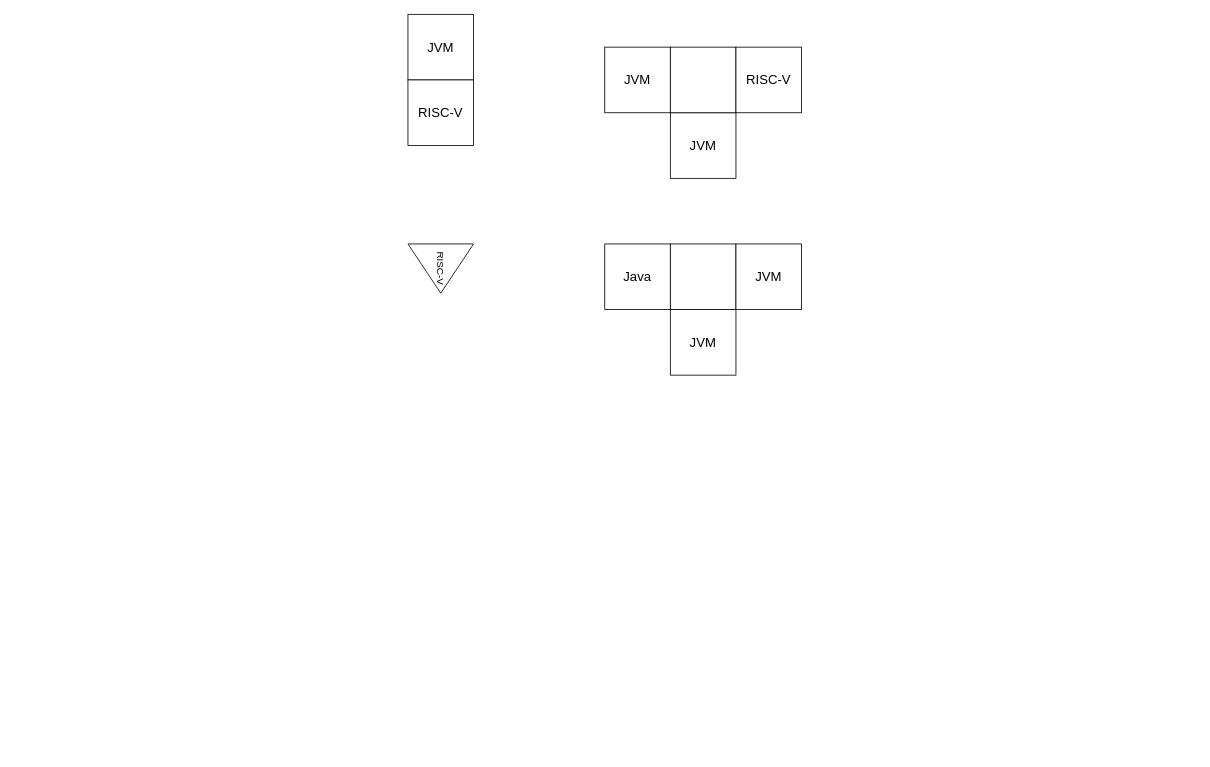
ImitatorOfQueens/Projects keeps this draw.io diagram as Untitled Diagram.drawio. Above is the earlier version. Source tidied: cells renumbered, new cells numbered last; positions are measured from the earlier drawing's top-left corner, leaving out a move shared by most shapes. Both pictures are drawn from the tidied source at 82%, with x=0, y=0 at pixel (408, 14).
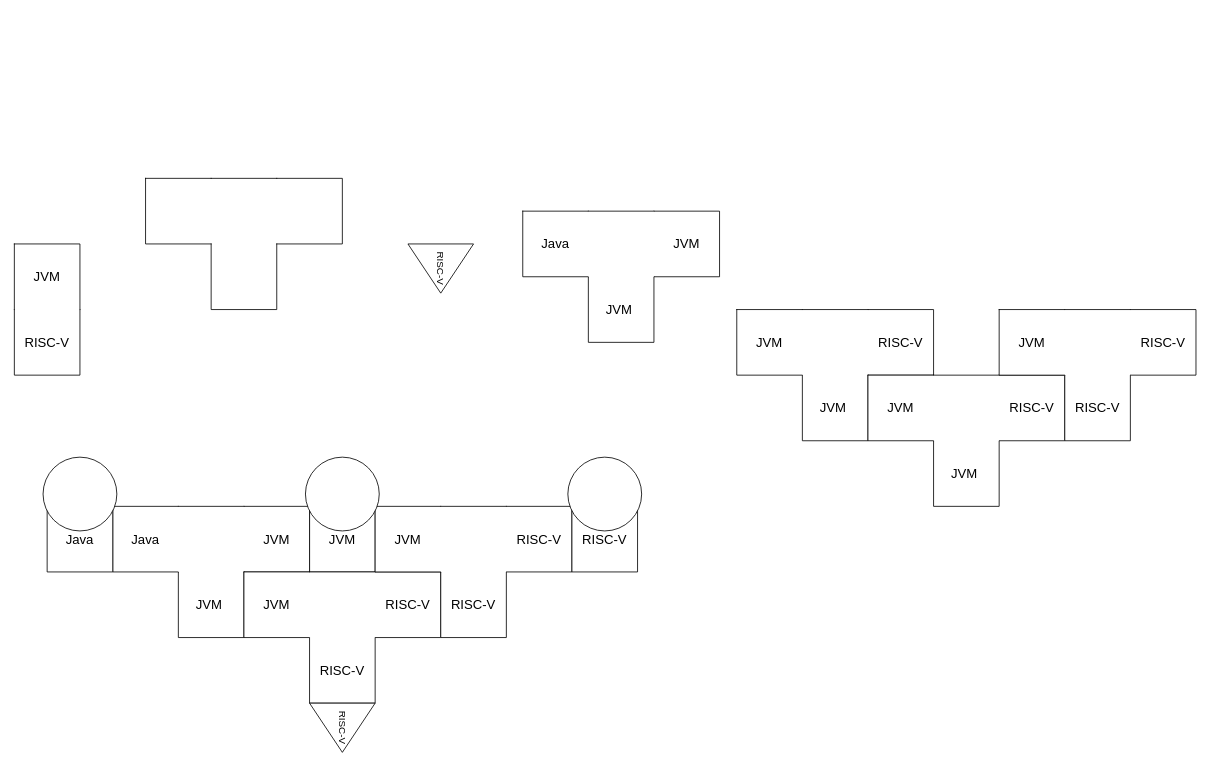
Above is the later version.

What changed in the source:
```diff
@@
+    <mxCell id="16" value="JVM" style="shape=partialRectangle;whiteSpace=wrap;html=1;bottom=1;right=1;left=1;top=0;routingCenterX=-0.5;fontFamily=Helvetica;fontSize=16;" parent="1" vertex="1">
+      <mxGeometry x="-120" y="600" width="80" height="80" as="geometry" />
+    </mxCell>
@@
-    <mxCell id="3" style="group;" parent="1" vertex="1">
-      <mxGeometry width="80" height="160" as="geometry" />
-    </mxCell>
-    <mxCell id="4" value="&lt;font style=&quot;font-size: 16px;&quot;&gt;JVM&lt;/font&gt;" style="whiteSpace=wrap;html=1;" parent="3" vertex="1">
-      <mxGeometry width="80" height="80" as="geometry" />
-    </mxCell>
-    <mxCell id="5" value="&lt;font style=&quot;font-size: 16px;&quot;&gt;RISC-V&lt;/font&gt;" style="whiteSpace=wrap;html=1;" parent="3" vertex="1">
-      <mxGeometry y="80" width="80" height="80" as="geometry" />
-    </mxCell>
-    <mxCell id="6" style="group;" parent="1" vertex="1">
-      <mxGeometry x="240" y="40" width="240" height="160" as="geometry" />
-    </mxCell>
-    <mxCell id="7" value="&lt;font style=&quot;font-size: 16px;&quot;&gt;JVM&lt;/font&gt;" style="rounded=0;whiteSpace=wrap;html=1;" parent="6" vertex="1">
-      <mxGeometry x="80" y="80" width="80" height="80" as="geometry" />
-    </mxCell>
-    <mxCell id="8" value="&lt;font style=&quot;&quot;&gt;&lt;font style=&quot;font-size: 16px;&quot;&gt;JVM&lt;/font&gt;&lt;/font&gt;" style="rounded=0;whiteSpace=wrap;html=1;" parent="6" vertex="1">
-      <mxGeometry width="80" height="80" as="geometry" />
-    </mxCell>
-    <mxCell id="9" style="rounded=0;whiteSpace=wrap;html=1;" parent="6" vertex="1">
-      <mxGeometry x="80" width="80" height="80" as="geometry" />
-    </mxCell>
-    <mxCell id="10" value="&lt;font style=&quot;font-size: 16px;&quot;&gt;RISC-V&lt;/font&gt;" style="rounded=0;whiteSpace=wrap;html=1;" parent="6" vertex="1">
-      <mxGeometry x="160" width="80" height="80" as="geometry" />
-    </mxCell>
-    <mxCell id="11" style="group;" parent="1" vertex="1">
-      <mxGeometry x="240" y="280" width="240" height="160" as="geometry" />
-    </mxCell>
-    <mxCell id="12" value="&lt;font style=&quot;font-size: 16px;&quot;&gt;JVM&lt;/font&gt;" style="rounded=0;whiteSpace=wrap;html=1;" parent="11" vertex="1">
-      <mxGeometry x="80" y="80" width="80" height="80" as="geometry" />
-    </mxCell>
-    <mxCell id="13" value="&lt;font style=&quot;&quot;&gt;&lt;font style=&quot;font-size: 16px;&quot;&gt;Java&lt;/font&gt;&lt;/font&gt;" style="rounded=0;whiteSpace=wrap;html=1;" parent="11" vertex="1">
-      <mxGeometry width="80" height="80" as="geometry" />
-    </mxCell>
-    <mxCell id="14" style="rounded=0;whiteSpace=wrap;html=1;" parent="11" vertex="1">
-      <mxGeometry x="80" width="80" height="80" as="geometry" />
-    </mxCell>
-    <mxCell id="15" value="&lt;font style=&quot;font-size: 16px;&quot;&gt;JVM&lt;/font&gt;" style="rounded=0;whiteSpace=wrap;html=1;" parent="11" vertex="1">
-      <mxGeometry x="160" width="80" height="80" as="geometry" />
-    </mxCell>
+    <mxCell id="17" style="group;" parent="1" vertex="1">
+      <mxGeometry x="-480" y="280" width="80" height="160" as="geometry" />
+    </mxCell>
+    <mxCell id="18" value="RISC-V" style="shape=partialRectangle;whiteSpace=wrap;html=1;bottom=1;right=1;left=1;top=0;routingCenterX=-0.5;fontSize=16;rotation=0;" parent="17" vertex="1">
+      <mxGeometry y="80" width="80" height="80" as="geometry" />
+    </mxCell>
+    <mxCell id="19" value="&lt;font style=&quot;font-size: 16px;&quot;&gt;JVM&lt;/font&gt;" style="shape=partialRectangle;whiteSpace=wrap;html=1;bottom=0;right=1;left=1;top=1;routingCenterX=-0.5;fontFamily=Helvetica;fontSize=12;" parent="17" vertex="1">
+      <mxGeometry width="80" height="80" as="geometry" />
+    </mxCell>
+    <mxCell id="20" style="shape=partialRectangle;whiteSpace=wrap;html=1;bottom=1;right=1;left=0;top=1;fillColor=none;routingCenterX=-0.5;strokeColor=default;fontFamily=Helvetica;fontSize=16;fontColor=default;" parent="1" vertex="1">
+      <mxGeometry x="-160" y="200" width="80" height="80" as="geometry" />
+    </mxCell>
+    <mxCell id="21" style="shape=partialRectangle;whiteSpace=wrap;html=1;bottom=1;right=1;left=1;top=0;fillColor=none;routingCenterX=-0.5;strokeColor=default;fontFamily=Helvetica;fontSize=16;fontColor=default;" parent="1" vertex="1">
+      <mxGeometry x="-240" y="280" width="80" height="80" as="geometry" />
+    </mxCell>
+    <mxCell id="22" style="shape=partialRectangle;whiteSpace=wrap;html=1;bottom=1;right=0;left=1;top=1;fillColor=none;routingCenterX=-0.5;strokeColor=default;fontFamily=Helvetica;fontSize=16;fontColor=default;" parent="1" vertex="1">
+      <mxGeometry x="-320" y="200" width="80" height="80" as="geometry" />
+    </mxCell>
+    <mxCell id="23" style="shape=partialRectangle;whiteSpace=wrap;html=1;bottom=0;right=0;left=0;top=1;fillColor=none;routingCenterX=-0.5;strokeColor=default;fontFamily=Helvetica;fontSize=16;fontColor=default;" parent="1" vertex="1">
+      <mxGeometry x="-240" y="200" width="80" height="80" as="geometry" />
+    </mxCell>
+    <mxCell id="24" style="group;" parent="1" vertex="1">
+      <mxGeometry x="401" y="360" width="240" height="160" as="geometry" />
+    </mxCell>
+    <mxCell id="25" value="RISC-V" style="shape=partialRectangle;whiteSpace=wrap;html=1;bottom=1;right=1;left=0;top=1;routingCenterX=-0.5;fontFamily=Helvetica;fontSize=16;" parent="24" vertex="1">
+      <mxGeometry x="160" width="80" height="80" as="geometry" />
+    </mxCell>
+    <mxCell id="26" value="JVM&lt;span style=&quot;white-space: pre;&quot;&gt; &lt;/span&gt;" style="shape=partialRectangle;whiteSpace=wrap;html=1;bottom=1;right=1;left=1;top=0;routingCenterX=-0.5;fontFamily=Helvetica;fontSize=16;" parent="24" vertex="1">
+      <mxGeometry x="80" y="80" width="80" height="80" as="geometry" />
+    </mxCell>
+    <mxCell id="27" value="JVM" style="shape=partialRectangle;whiteSpace=wrap;html=1;bottom=1;right=0;left=1;top=1;routingCenterX=-0.5;fontFamily=Helvetica;fontSize=16;" parent="24" vertex="1">
+      <mxGeometry width="80" height="80" as="geometry" />
+    </mxCell>
+    <mxCell id="28" style="shape=partialRectangle;whiteSpace=wrap;html=1;bottom=0;right=0;left=0;top=1;routingCenterX=-0.5;fontFamily=Helvetica;fontSize=16;" parent="24" vertex="1">
+      <mxGeometry x="80" width="80" height="80" as="geometry" />
+    </mxCell>
+    <mxCell id="29" style="group;" parent="1" vertex="1">
+      <mxGeometry x="140" y="240" width="240" height="160" as="geometry" />
+    </mxCell>
+    <mxCell id="30" value="JVM" style="shape=partialRectangle;whiteSpace=wrap;html=1;bottom=1;right=1;left=0;top=1;routingCenterX=-0.5;fontFamily=Helvetica;fontSize=16;" parent="29" vertex="1">
+      <mxGeometry x="160" width="80" height="80" as="geometry" />
+    </mxCell>
+    <mxCell id="31" value="JVM&lt;span style=&quot;white-space: pre;&quot;&gt; &lt;/span&gt;" style="shape=partialRectangle;whiteSpace=wrap;html=1;bottom=1;right=1;left=1;top=0;routingCenterX=-0.5;fontFamily=Helvetica;fontSize=16;" parent="29" vertex="1">
+      <mxGeometry x="80" y="80" width="80" height="80" as="geometry" />
+    </mxCell>
+    <mxCell id="32" value="Java" style="shape=partialRectangle;whiteSpace=wrap;html=1;bottom=1;right=0;left=1;top=1;routingCenterX=-0.5;fontFamily=Helvetica;fontSize=16;" parent="29" vertex="1">
+      <mxGeometry width="80" height="80" as="geometry" />
+    </mxCell>
+    <mxCell id="33" style="shape=partialRectangle;whiteSpace=wrap;html=1;bottom=0;right=0;left=0;top=1;routingCenterX=-0.5;fontFamily=Helvetica;fontSize=16;" parent="29" vertex="1">
+      <mxGeometry x="80" width="80" height="80" as="geometry" />
+    </mxCell>
+    <mxCell id="34" style="group;" parent="1" vertex="1">
+      <mxGeometry x="561" y="440" width="240" height="160" as="geometry" />
+    </mxCell>
+    <mxCell id="35" value="RISC-V" style="shape=partialRectangle;whiteSpace=wrap;html=1;bottom=1;right=1;left=0;top=1;routingCenterX=-0.5;fontFamily=Helvetica;fontSize=16;" parent="34" vertex="1">
+      <mxGeometry x="160" width="80" height="80" as="geometry" />
+    </mxCell>
+    <mxCell id="36" value="JVM&lt;span style=&quot;white-space: pre;&quot;&gt; &lt;/span&gt;" style="shape=partialRectangle;whiteSpace=wrap;html=1;bottom=1;right=1;left=1;top=0;routingCenterX=-0.5;fontFamily=Helvetica;fontSize=16;" parent="34" vertex="1">
+      <mxGeometry x="80" y="80" width="80" height="80" as="geometry" />
+    </mxCell>
+    <mxCell id="37" value="JVM" style="shape=partialRectangle;whiteSpace=wrap;html=1;bottom=1;right=0;left=1;top=1;routingCenterX=-0.5;fontFamily=Helvetica;fontSize=16;" parent="34" vertex="1">
+      <mxGeometry width="80" height="80" as="geometry" />
+    </mxCell>
+    <mxCell id="38" style="shape=partialRectangle;whiteSpace=wrap;html=1;bottom=0;right=0;left=0;top=1;routingCenterX=-0.5;fontFamily=Helvetica;fontSize=16;" parent="34" vertex="1">
+      <mxGeometry x="80" width="80" height="80" as="geometry" />
+    </mxCell>
+    <mxCell id="39" style="group;" parent="1" vertex="1">
+      <mxGeometry x="721" y="360" width="240" height="160" as="geometry" />
+    </mxCell>
+    <mxCell id="40" value="RISC-V" style="shape=partialRectangle;whiteSpace=wrap;html=1;bottom=1;right=1;left=0;top=1;routingCenterX=-0.5;fontFamily=Helvetica;fontSize=16;" parent="39" vertex="1">
+      <mxGeometry x="160" width="80" height="80" as="geometry" />
+    </mxCell>
+    <mxCell id="41" value="RISC-V" style="shape=partialRectangle;whiteSpace=wrap;html=1;bottom=1;right=1;left=1;top=0;routingCenterX=-0.5;fontFamily=Helvetica;fontSize=16;" parent="39" vertex="1">
+      <mxGeometry x="80" y="80" width="80" height="80" as="geometry" />
+    </mxCell>
+    <mxCell id="42" value="JVM" style="shape=partialRectangle;whiteSpace=wrap;html=1;bottom=1;right=0;left=1;top=1;routingCenterX=-0.5;fontFamily=Helvetica;fontSize=16;" parent="39" vertex="1">
+      <mxGeometry width="80" height="80" as="geometry" />
+    </mxCell>
+    <mxCell id="43" style="shape=partialRectangle;whiteSpace=wrap;html=1;bottom=0;right=0;left=0;top=1;routingCenterX=-0.5;fontFamily=Helvetica;fontSize=16;" parent="39" vertex="1">
+      <mxGeometry x="80" width="80" height="80" as="geometry" />
+    </mxCell>
+    <mxCell id="44" style="group;" parent="1" vertex="1">
+      <mxGeometry x="-360" y="600" width="240" height="160" as="geometry" />
+    </mxCell>
+    <mxCell id="45" value="JVM" style="shape=partialRectangle;whiteSpace=wrap;html=1;bottom=1;right=1;left=0;top=1;routingCenterX=-0.5;fontFamily=Helvetica;fontSize=16;" parent="44" vertex="1">
+      <mxGeometry x="160" width="80" height="80" as="geometry" />
+    </mxCell>
+    <mxCell id="46" value="JVM&lt;span style=&quot;white-space: pre;&quot;&gt; &lt;/span&gt;" style="shape=partialRectangle;whiteSpace=wrap;html=1;bottom=1;right=1;left=1;top=0;routingCenterX=-0.5;fontFamily=Helvetica;fontSize=16;" parent="44" vertex="1">
+      <mxGeometry x="80" y="80" width="80" height="80" as="geometry" />
+    </mxCell>
+    <mxCell id="47" value="Java" style="shape=partialRectangle;whiteSpace=wrap;html=1;bottom=1;right=0;left=1;top=1;routingCenterX=-0.5;fontFamily=Helvetica;fontSize=16;" parent="44" vertex="1">
+      <mxGeometry width="80" height="80" as="geometry" />
+    </mxCell>
+    <mxCell id="48" style="shape=partialRectangle;whiteSpace=wrap;html=1;bottom=0;right=0;left=0;top=1;routingCenterX=-0.5;fontFamily=Helvetica;fontSize=16;" parent="44" vertex="1">
+      <mxGeometry x="80" width="80" height="80" as="geometry" />
+    </mxCell>
+    <mxCell id="49" style="group;" parent="1" vertex="1">
+      <mxGeometry x="-200" y="680" width="240" height="160" as="geometry" />
+    </mxCell>
+    <mxCell id="50" value="RISC-V" style="shape=partialRectangle;whiteSpace=wrap;html=1;bottom=1;right=1;left=0;top=1;routingCenterX=-0.5;fontFamily=Helvetica;fontSize=16;" parent="49" vertex="1">
+      <mxGeometry x="160" width="80" height="80" as="geometry" />
+    </mxCell>
+    <mxCell id="51" value="RISC-V" style="shape=partialRectangle;whiteSpace=wrap;html=1;bottom=1;right=1;left=1;top=0;routingCenterX=-0.5;fontFamily=Helvetica;fontSize=16;" parent="49" vertex="1">
+      <mxGeometry x="80" y="80" width="80" height="80" as="geometry" />
+    </mxCell>
+    <mxCell id="52" value="JVM" style="shape=partialRectangle;whiteSpace=wrap;html=1;bottom=1;right=0;left=1;top=1;routingCenterX=-0.5;fontFamily=Helvetica;fontSize=16;" parent="49" vertex="1">
+      <mxGeometry width="80" height="80" as="geometry" />
+    </mxCell>
+    <mxCell id="53" style="shape=partialRectangle;whiteSpace=wrap;html=1;bottom=0;right=0;left=0;top=1;routingCenterX=-0.5;fontFamily=Helvetica;fontSize=16;" parent="49" vertex="1">
+      <mxGeometry x="80" width="80" height="80" as="geometry" />
+    </mxCell>
+    <mxCell id="54" style="group;" parent="1" vertex="1">
+      <mxGeometry x="-40" y="600" width="240" height="160" as="geometry" />
+    </mxCell>
+    <mxCell id="55" value="RISC-V" style="shape=partialRectangle;whiteSpace=wrap;html=1;bottom=1;right=1;left=0;top=1;routingCenterX=-0.5;fontFamily=Helvetica;fontSize=16;" parent="54" vertex="1">
+      <mxGeometry x="160" width="80" height="80" as="geometry" />
+    </mxCell>
+    <mxCell id="56" value="RISC-V" style="shape=partialRectangle;whiteSpace=wrap;html=1;bottom=1;right=1;left=1;top=0;routingCenterX=-0.5;fontFamily=Helvetica;fontSize=16;" parent="54" vertex="1">
+      <mxGeometry x="80" y="80" width="80" height="80" as="geometry" />
+    </mxCell>
+    <mxCell id="57" value="JVM" style="shape=partialRectangle;whiteSpace=wrap;html=1;bottom=1;right=0;left=1;top=1;routingCenterX=-0.5;fontFamily=Helvetica;fontSize=16;" parent="54" vertex="1">
+      <mxGeometry width="80" height="80" as="geometry" />
+    </mxCell>
+    <mxCell id="58" style="shape=partialRectangle;whiteSpace=wrap;html=1;bottom=0;right=0;left=0;top=1;routingCenterX=-0.5;fontFamily=Helvetica;fontSize=16;" parent="54" vertex="1">
+      <mxGeometry x="80" width="80" height="80" as="geometry" />
+    </mxCell>
+    <mxCell id="59" value="RISC-V" style="triangle;whiteSpace=wrap;html=1;rotation=90;" parent="1" vertex="1">
+      <mxGeometry x="-110" y="830" width="60" height="80" as="geometry" />
+    </mxCell>
+    <mxCell id="60" value="RISC-V" style="shape=partialRectangle;whiteSpace=wrap;html=1;bottom=1;right=1;left=1;top=0;routingCenterX=-0.5;fontFamily=Helvetica;fontSize=16;" parent="1" vertex="1">
+      <mxGeometry x="200" y="600" width="80" height="80" as="geometry" />
+    </mxCell>
+    <mxCell id="61" value="Java" style="shape=partialRectangle;whiteSpace=wrap;html=1;bottom=1;right=1;left=1;top=0;routingCenterX=-0.5;fontFamily=Helvetica;fontSize=16;" parent="1" vertex="1">
+      <mxGeometry x="-440" y="600" width="80" height="80" as="geometry" />
+    </mxCell>
+    <mxCell id="62" style="ellipse;whiteSpace=wrap;html=1;strokeColor=default;fontFamily=Helvetica;fontSize=16;fontColor=default;fillColor=default;" parent="1" vertex="1">
+      <mxGeometry x="-445" y="540" width="90" height="90" as="geometry" />
+    </mxCell>
+    <mxCell id="63" style="ellipse;whiteSpace=wrap;html=1;strokeColor=default;fontFamily=Helvetica;fontSize=16;fontColor=default;fillColor=default;" parent="1" vertex="1">
+      <mxGeometry x="-125" y="540" width="90" height="90" as="geometry" />
+    </mxCell>
+    <mxCell id="64" style="ellipse;whiteSpace=wrap;html=1;strokeColor=default;fontFamily=Helvetica;fontSize=16;fontColor=default;fillColor=default;" parent="1" vertex="1">
+      <mxGeometry x="195" y="540" width="90" height="90" as="geometry" />
+    </mxCell>
```
